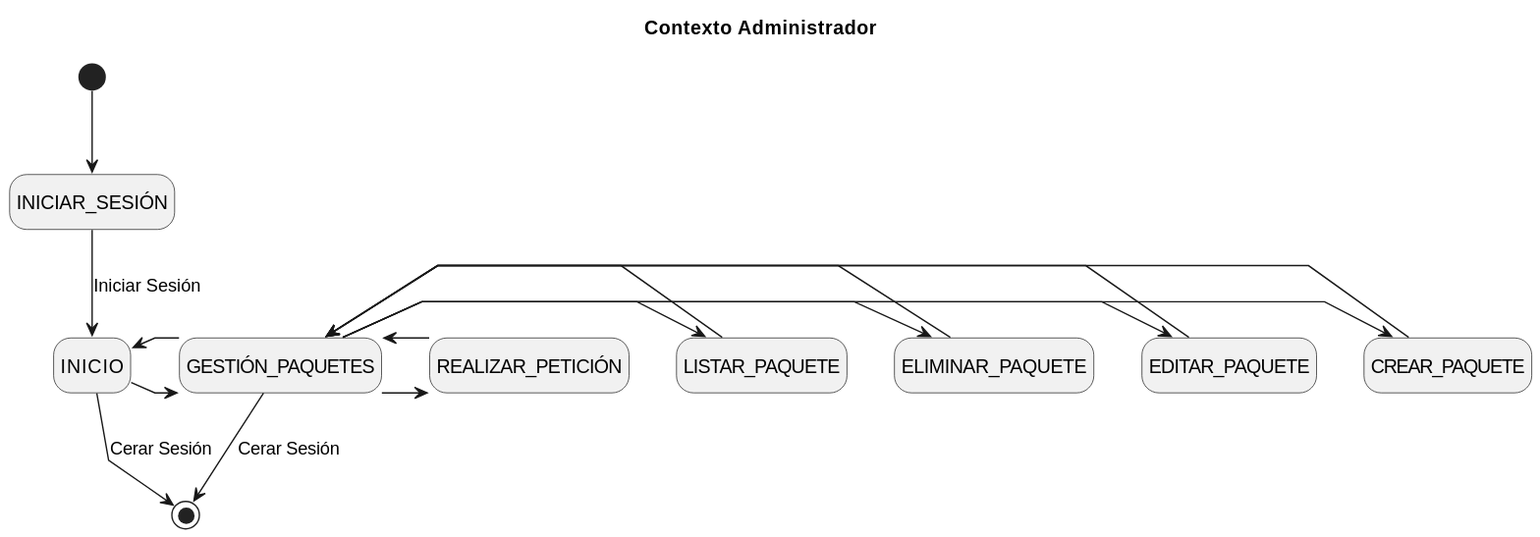
This is Caso_de_Uso/Contexto/Administrador/Gestión_Paquetes/Contexto.svg from mmasias/23-24-IdSw1-SDR, a PlantUML export, as it was before one commit.
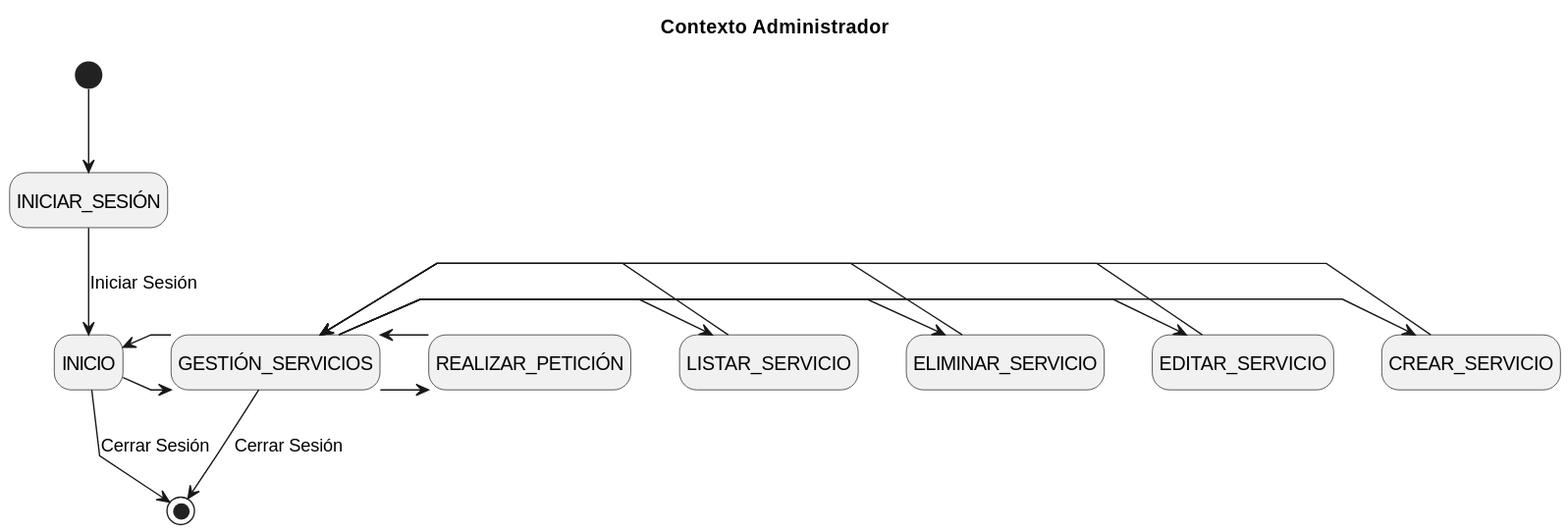
The same file after the commit.

What changed in the source:
```diff
@@ -12,22 +12,22 @@
 [*] --> INICIAR_SESIÓN
 INICIAR_SESIÓN --> INICIO : Iniciar Sesión
 
-INICIO -> GESTIÓN_PAQUETES
-INICIO <- GESTIÓN_PAQUETES
+INICIO -> GESTIÓN_SERVICIOS
+INICIO <- GESTIÓN_SERVICIOS
 
-GESTIÓN_PAQUETES -> CREAR_PAQUETE
-GESTIÓN_PAQUETES <- CREAR_PAQUETE
-GESTIÓN_PAQUETES -> EDITAR_PAQUETE
-GESTIÓN_PAQUETES <- EDITAR_PAQUETE
-GESTIÓN_PAQUETES -> ELIMINAR_PAQUETE
-GESTIÓN_PAQUETES <- ELIMINAR_PAQUETE
-GESTIÓN_PAQUETES -> LISTAR_PAQUETE
-GESTIÓN_PAQUETES <- LISTAR_PAQUETE
-GESTIÓN_PAQUETES -> REALIZAR_PETICIÓN
-GESTIÓN_PAQUETES <- REALIZAR_PETICIÓN
+GESTIÓN_SERVICIOS -> CREAR_SERVICIO
+GESTIÓN_SERVICIOS <- CREAR_SERVICIO
+GESTIÓN_SERVICIOS -> EDITAR_SERVICIO
+GESTIÓN_SERVICIOS <- EDITAR_SERVICIO
+GESTIÓN_SERVICIOS -> ELIMINAR_SERVICIO
+GESTIÓN_SERVICIOS <- ELIMINAR_SERVICIO
+GESTIÓN_SERVICIOS -> LISTAR_SERVICIO
+GESTIÓN_SERVICIOS <- LISTAR_SERVICIO
+GESTIÓN_SERVICIOS -> REALIZAR_PETICIÓN
+GESTIÓN_SERVICIOS <- REALIZAR_PETICIÓN
 
-INICIO --> [*] : Cerar Sesión
-GESTIÓN_PAQUETES --> [*] : Cerar Sesión
+INICIO --> [*] : Cerrar Sesión
+GESTIÓN_SERVICIOS --> [*] : Cerrar Sesión
 
 
 @enduml
```
